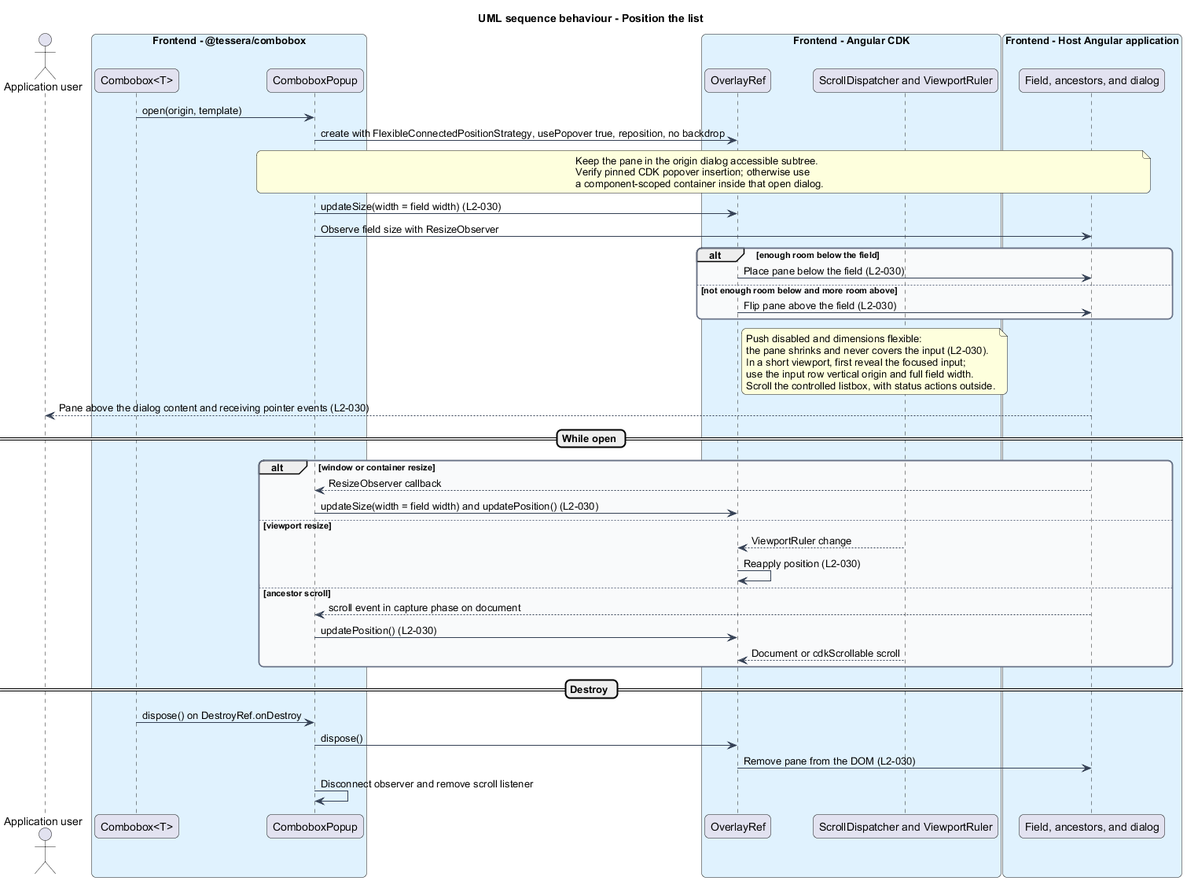
The PlantUML diagram docs/detailed-designs/combobox/open-and-position-list/diagrams/sequence-position.png in QuinntyneBrown/Tessera, before a commit.
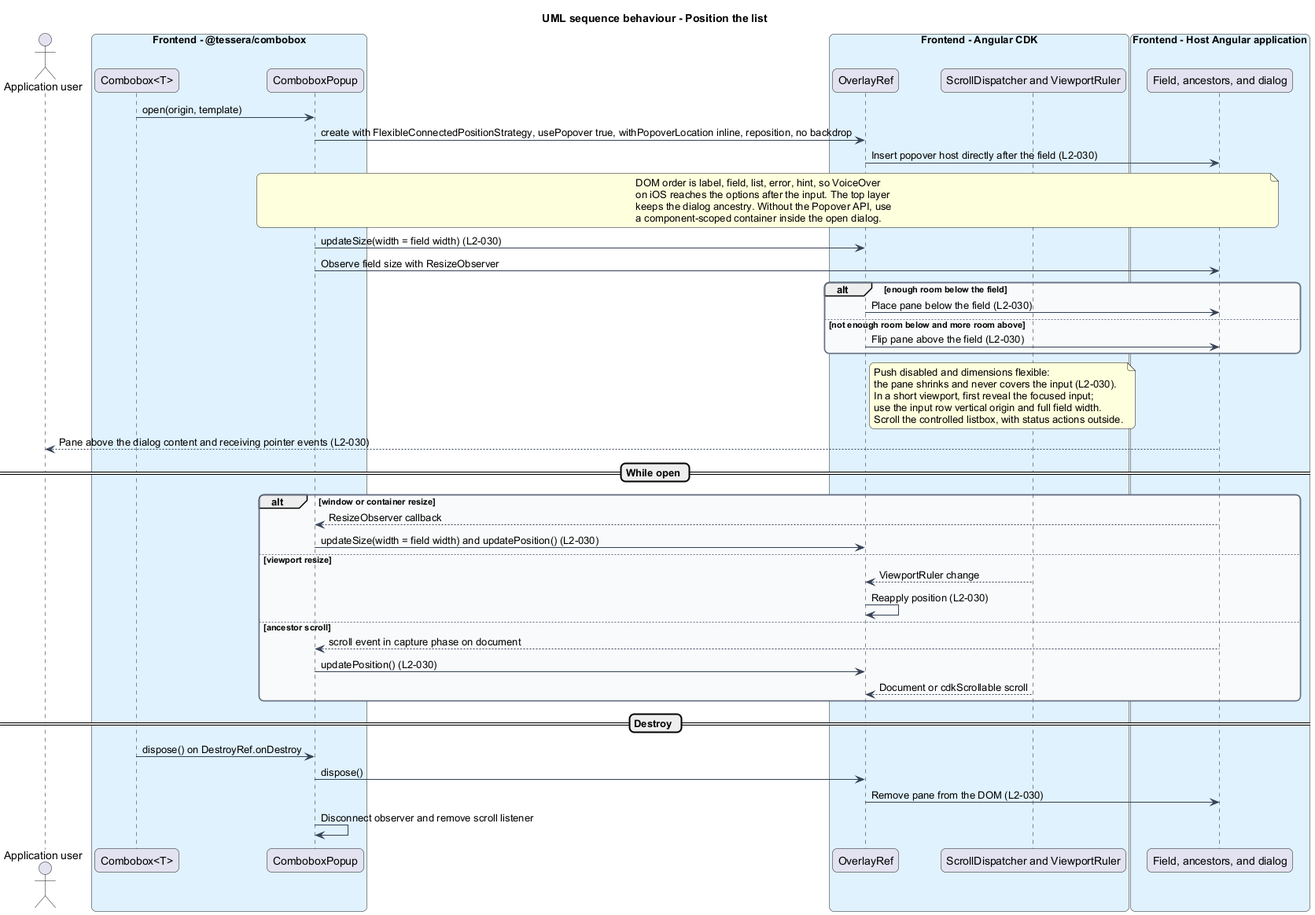
After the change.

What changed in the source:
```diff
@@ -28,11 +28,13 @@
 end box
 
 combo -> popup : open(origin, template)
-popup -> overlay : create with FlexibleConnectedPositionStrategy, usePopover true, reposition, no backdrop
+popup -> overlay : create with FlexibleConnectedPositionStrategy, usePopover true, withPopoverLocation inline, reposition, no backdrop
+overlay -> page : Insert popover host directly after the field (L2-030)
 note over popup, page
-  Keep the pane in the origin dialog accessible subtree.
-  Verify pinned CDK popover insertion; otherwise use
-  a component-scoped container inside that open dialog.
+  DOM order is label, field, list, error, hint, so VoiceOver
+  on iOS reaches the options after the input. The top layer
+  keeps the dialog ancestry. Without the Popover API, use
+  a component-scoped container inside the open dialog.
 end note
 popup -> overlay : updateSize(width = field width) (L2-030)
 popup -> page : Observe field size with ResizeObserver
```
